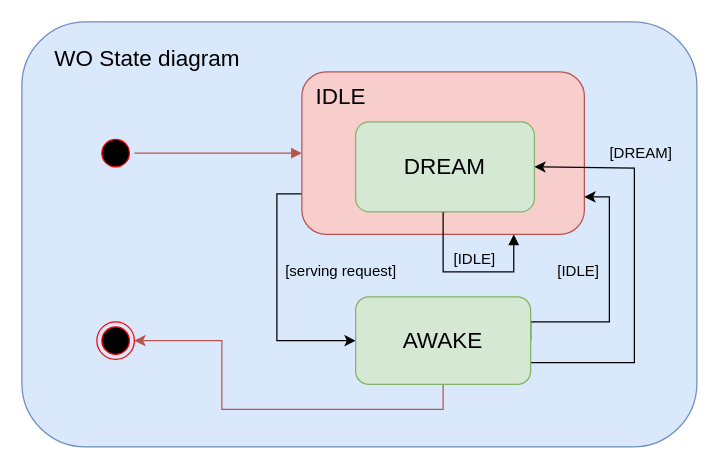
This is fig/drawio/new_states.drawio from Sylv-Lej/thesis-separation-concerns, a draw.io file, before an edit. Source tidied: cells renumbered, new cells numbered last; positions are measured from the earlier drawing's top-left corner, leaving out a move shared by most shapes. Both pictures are drawn from the tidied source at 125%, with x=0, y=0 at pixel (21, 21).
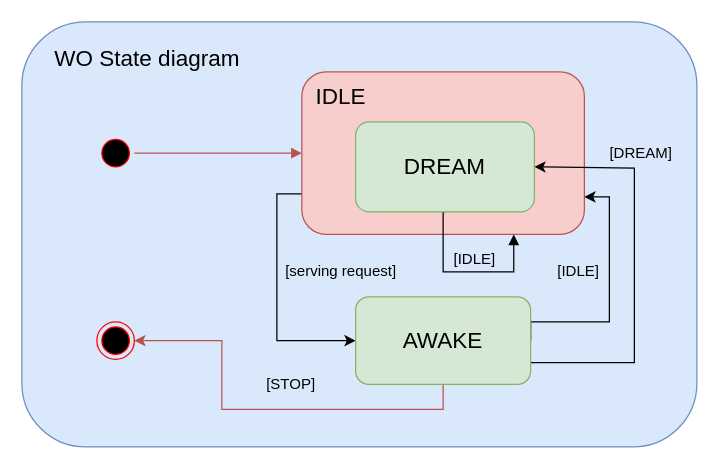
The same diagram, later.

The edit, as a diff of the source:
```diff
@@
+    <mxCell id="20" value="[STOP]" style="text;html=1;align=center;verticalAlign=middle;strokeColor=none;fillColor=none;" parent="1" vertex="1">
+      <mxGeometry x="190" y="280" width="50" height="20" as="geometry" />
+    </mxCell>
```
